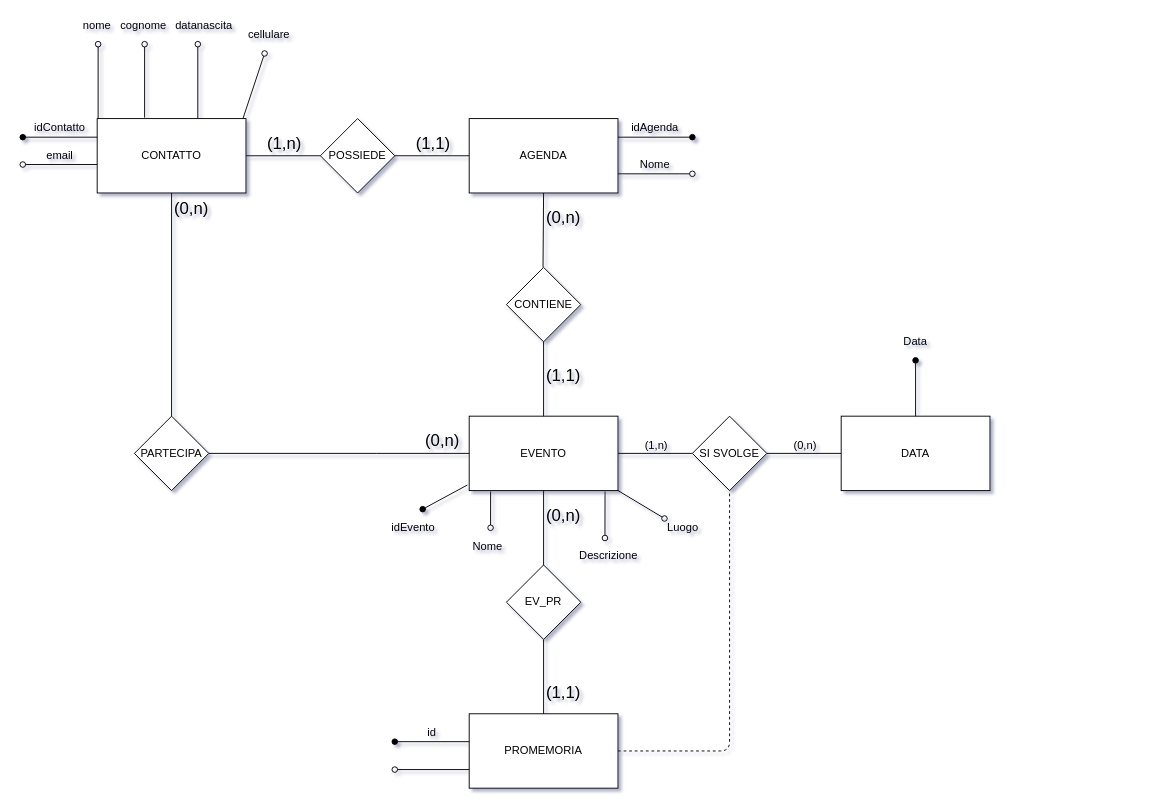
This is Copy of Untitled Diagram.drawio from codesimo/db, a draw.io file, before an edit. Source tidied: cells renumbered, new cells numbered last; positions are measured from the earlier drawing's top-left corner, leaving out a move shared by most shapes. Both pictures are drawn from the tidied source at 93%, with x=0, y=0 at pixel (22, 16).
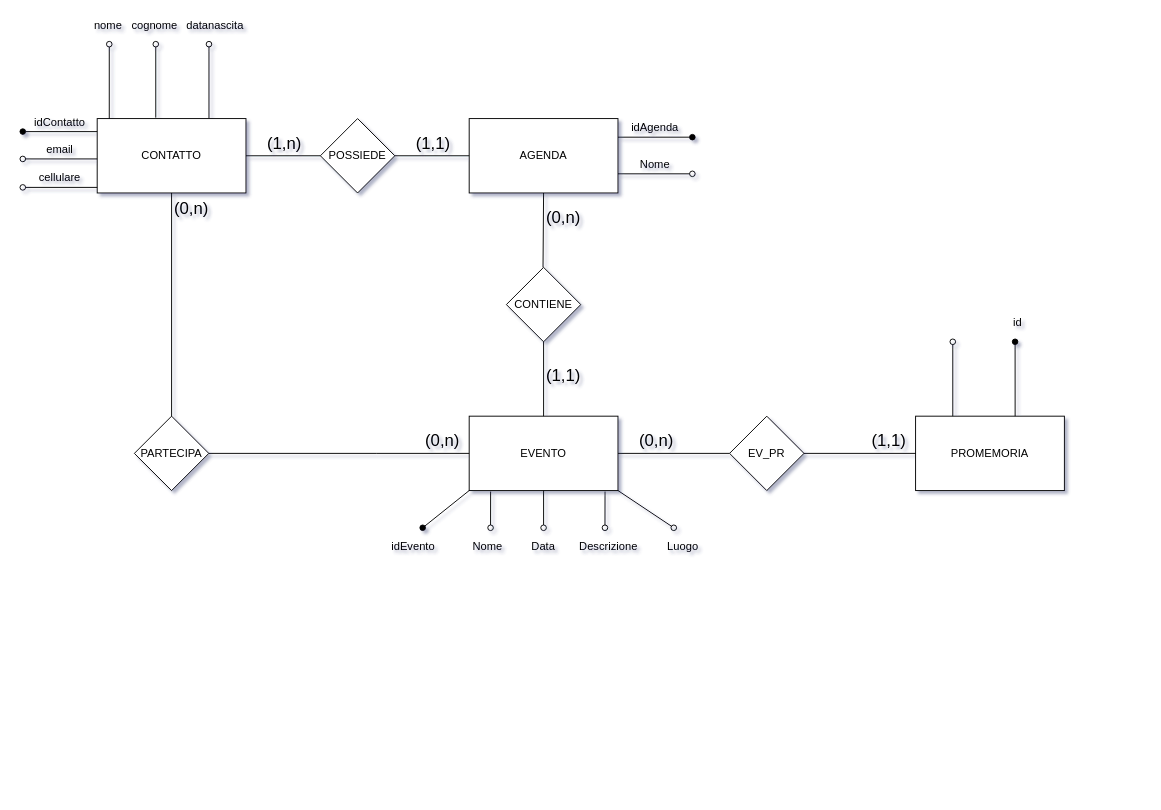
Above is the later version.

Unchanged cells that the change refers to:
```xml
<mxCell id="2" value="EVENTO" style="rounded=0;whiteSpace=wrap;html=1;" parent="1" vertex="1">
  <mxGeometry x="480" y="430" width="160" height="80" as="geometry" />
</mxCell>
<mxCell id="26" style="group;rotation=90;" parent="1" vertex="1">
  <mxGeometry x="100" y="70" width="80" height="20" as="geometry" />
</mxCell>
<mxCell id="73" style="group;" parent="1" vertex="1">
  <mxGeometry x="639" y="770" width="80" height="20" as="geometry" />
</mxCell>
```

The edit, as a diff of the source:
```diff
@@
     <mxCell id="20" style="group;" parent="1" vertex="1">
-      <mxGeometry y="140" width="80" height="20" as="geometry" />
+      <mxGeometry y="134" width="80" height="20" as="geometry" />
     </mxCell>
@@
     <mxCell id="23" style="group;" parent="1" vertex="1">
-      <mxGeometry y="110" width="80" height="20" as="geometry" />
+      <mxGeometry y="104" width="80" height="20" as="geometry" />
     </mxCell>
@@
     <mxCell id="27" style="endArrow=none;html=1;startArrow=oval;startFill=0;" parent="26" edge="1">
       <mxGeometry relative="1" as="geometry">
-        <mxPoint x="31" y="-40" as="sourcePoint" />
-        <mxPoint x="31" y="39" as="targetPoint" />
+        <mxPoint x="43" y="-40" as="sourcePoint" />
+        <mxPoint x="43" y="39" as="targetPoint" />
       </mxGeometry>
     </mxCell>
     <mxCell id="28" value="cognome" style="text;html=1;strokeColor=none;fillColor=none;align=center;verticalAlign=middle;whiteSpace=wrap;rounded=0;rotation=0;direction=east;flipH=0;" parent="1" vertex="1">
-      <mxGeometry x="110" width="40" height="20" as="geometry" />
+      <mxGeometry x="122" width="40" height="20" as="geometry" />
     </mxCell>
     <mxCell id="29" style="group;" parent="1" vertex="1">
-      <mxGeometry x="60" width="40" height="110" as="geometry" />
+      <mxGeometry x="72" width="40" height="110" as="geometry" />
     </mxCell>
@@
     <mxCell id="33" style="group;rotation=90;" parent="1" vertex="1">
-      <mxGeometry x="165" y="60" width="60" height="20" as="geometry" />
+      <mxGeometry x="177" y="60" width="60" height="20" as="geometry" />
     </mxCell>
@@
     <mxCell id="35" value="datanascita" style="text;html=1;strokeColor=none;fillColor=none;align=center;verticalAlign=middle;whiteSpace=wrap;rounded=0;rotation=0;direction=east;flipH=0;" parent="1" vertex="1">
-      <mxGeometry x="180" width="30" height="20" as="geometry" />
+      <mxGeometry x="192" width="30" height="20" as="geometry" />
     </mxCell>
-    <mxCell id="36" style="group;" parent="1" vertex="1">
-      <mxGeometry x="210" width="56.2" height="110" as="geometry" />
-    </mxCell>
-    <mxCell id="37" style="group;rotation=90;" parent="36" vertex="1">
-      <mxGeometry x="-11.2" y="63.8" width="67.5" height="20" as="geometry" />
-    </mxCell>
-    <mxCell id="38" style="endArrow=none;html=1;startArrow=oval;startFill=0;" parent="37" edge="1">
-      <mxGeometry relative="1" as="geometry">
-        <mxPoint x="61.2" y="-23.8" as="sourcePoint" />
-        <mxPoint x="38" y="46" as="targetPoint" />
-      </mxGeometry>
-    </mxCell>
-    <mxCell id="39" value="cellulare" style="text;html=1;strokeColor=none;fillColor=none;align=center;verticalAlign=middle;whiteSpace=wrap;rounded=0;rotation=0;direction=east;flipH=0;" parent="36" vertex="1">
-      <mxGeometry x="40" y="10" width="30" height="20" as="geometry" />
-    </mxCell>
@@
-    <mxCell id="43" style="endArrow=none;html=1;rounded=0;exitX=1;exitY=0.5;exitDx=0;exitDy=0;entryX=0;entryY=0.5;entryDx=0;entryDy=0;" parent="1" edge="1" source="2">
-      <mxGeometry relative="1" as="geometry">
-        <mxPoint x="720" y="470" as="targetPoint" />
-      </mxGeometry>
-    </mxCell>
-    <mxCell id="44" value="(1,n)" style="html=1;align=center;verticalAlign=bottom;" parent="43" vertex="1">
-      <mxGeometry x="-1" relative="1" as="geometry">
-        <mxPoint x="40" as="offset" />
-      </mxGeometry>
-    </mxCell>
-    <mxCell id="45" value="SI SVOLGE" style="rhombus;whiteSpace=wrap;html=1;" parent="1" vertex="1">
-      <mxGeometry x="720" y="430" width="80" height="80" as="geometry" />
-    </mxCell>
-    <mxCell id="46" style="endArrow=none;html=1;rounded=0;exitX=1;exitY=0.5;exitDx=0;exitDy=0;entryX=0;entryY=0.5;entryDx=0;entryDy=0;" parent="1" edge="1">
-      <mxGeometry relative="1" as="geometry">
-        <mxPoint x="800" y="470" as="sourcePoint" />
-        <mxPoint x="880" y="470" as="targetPoint" />
-      </mxGeometry>
-    </mxCell>
-    <mxCell id="47" value="(0,n)" style="html=1;align=center;verticalAlign=bottom;" parent="46" vertex="1">
-      <mxGeometry x="-1" relative="1" as="geometry">
-        <mxPoint x="40" as="offset" />
-      </mxGeometry>
-    </mxCell>
-    <mxCell id="48" value="DATA" style="rounded=0;whiteSpace=wrap;html=1;" parent="1" vertex="1">
-      <mxGeometry x="880" y="430" width="160" height="80" as="geometry" />
-    </mxCell>
@@
     <mxCell id="55" value="idEvento" style="text;html=1;strokeColor=none;fillColor=none;align=center;verticalAlign=middle;whiteSpace=wrap;rounded=0;" parent="1" vertex="1">
-      <mxGeometry x="400" y="540" width="40" height="20" as="geometry" />
+      <mxGeometry x="400" y="560" width="40" height="20" as="geometry" />
     </mxCell>
-    <mxCell id="56" style="endArrow=none;html=1;startArrow=oval;startFill=1;targetPortConstraint=east;entryX=-0.012;entryY=0.925;entryDx=0;entryDy=0;entryPerimeter=0;" parent="1" edge="1" target="2">
+    <mxCell id="56" style="endArrow=none;html=1;startArrow=oval;startFill=1;targetPortConstraint=east;entryX=0;entryY=1;entryDx=0;entryDy=0;" parent="1" edge="1" target="2">
       <mxGeometry relative="1" as="geometry">
-        <mxPoint x="430" y="530" as="sourcePoint" />
+        <mxPoint x="430" y="550" as="sourcePoint" />
       </mxGeometry>
     </mxCell>
     <mxCell id="57" value="Descrizione" style="text;html=1;strokeColor=none;fillColor=none;align=center;verticalAlign=middle;whiteSpace=wrap;rounded=0;" parent="1" vertex="1">
-      <mxGeometry x="610" y="570" width="40" height="20" as="geometry" />
+      <mxGeometry x="610" y="560" width="40" height="20" as="geometry" />
     </mxCell>
     <mxCell id="58" style="endArrow=none;html=1;startArrow=oval;startFill=0;entryX=0.913;entryY=1.013;entryDx=0;entryDy=0;entryPerimeter=0;" parent="1" edge="1" target="2">
       <mxGeometry relative="1" as="geometry">
-        <mxPoint x="626" y="561" as="sourcePoint" />
+        <mxPoint x="626" y="550" as="sourcePoint" />
       </mxGeometry>
     </mxCell>
     <mxCell id="59" value="Luogo" style="text;html=1;strokeColor=none;fillColor=none;align=center;verticalAlign=middle;whiteSpace=wrap;rounded=0;" parent="1" vertex="1">
-      <mxGeometry x="690" y="540" width="40" height="20" as="geometry" />
+      <mxGeometry x="690" y="560" width="40" height="20" as="geometry" />
     </mxCell>
     <mxCell id="60" style="endArrow=none;html=1;startArrow=oval;startFill=0;entryX=1;entryY=1;entryDx=0;entryDy=0;" parent="1" edge="1" target="2">
       <mxGeometry relative="1" as="geometry">
-        <mxPoint x="690" y="540" as="sourcePoint" />
+        <mxPoint x="700" y="550" as="sourcePoint" />
       </mxGeometry>
     </mxCell>
     <mxCell id="61" value="EV_PR" style="rhombus;whiteSpace=wrap;html=1;" parent="1" vertex="1">
-      <mxGeometry x="520" y="590" width="80" height="80" as="geometry" />
+      <mxGeometry x="760" y="430" width="80" height="80" as="geometry" />
     </mxCell>
-    <mxCell id="62" style="endArrow=none;html=1;entryX=0.5;entryY=0;entryDx=0;entryDy=0;exitX=0.5;exitY=1;exitDx=0;exitDy=0;" parent="1" edge="1" source="2" target="61">
+    <mxCell id="62" style="endArrow=none;html=1;entryX=0;entryY=0.5;entryDx=0;entryDy=0;exitX=1;exitY=0.5;exitDx=0;exitDy=0;" parent="1" edge="1" source="2" target="61">
       <mxGeometry relative="1" as="geometry" />
     </mxCell>
     <mxCell id="63" value="PROMEMORIA" style="rounded=0;whiteSpace=wrap;html=1;" parent="1" vertex="1">
-      <mxGeometry x="480" y="750" width="160" height="80" as="geometry" />
+      <mxGeometry x="960" y="430" width="160" height="80" as="geometry" />
     </mxCell>
-    <mxCell id="64" style="endArrow=none;html=1;exitX=0.5;exitY=1;exitDx=0;exitDy=0;entryX=0.5;entryY=0;entryDx=0;entryDy=0;" parent="1" edge="1" source="61" target="63">
+    <mxCell id="64" style="endArrow=none;html=1;exitX=1;exitY=0.5;exitDx=0;exitDy=0;entryX=0;entryY=0.5;entryDx=0;entryDy=0;" parent="1" edge="1" source="61" target="63">
       <mxGeometry relative="1" as="geometry" />
     </mxCell>
     <mxCell id="65" value="(1,1)" style="html=1;align=center;verticalAlign=bottom;fontSize=18;" parent="1" vertex="1">
-      <mxGeometry x="560" y="690" as="geometry">
+      <mxGeometry x="910" y="420" as="geometry">
         <mxPoint x="20" y="50" as="offset" />
       </mxGeometry>
     </mxCell>
     <mxCell id="66" value="(0,n)" style="html=1;align=center;verticalAlign=bottom;fontSize=18;" parent="1" vertex="1">
-      <mxGeometry x="560" y="510" as="geometry">
+      <mxGeometry x="660" y="430" as="geometry">
         <mxPoint x="20" y="40" as="offset" />
       </mxGeometry>
     </mxCell>
@@
-    <mxCell id="68" style="endArrow=none;html=1;startArrow=oval;startFill=1;targetPortConstraint=east;" parent="1" edge="1" target="48">
+    <mxCell id="68" style="endArrow=none;html=1;startArrow=oval;startFill=0;targetPortConstraint=east;entryX=0.5;entryY=1;entryDx=0;entryDy=0;" parent="1" edge="1" target="2">
       <mxGeometry relative="1" as="geometry">
-        <mxPoint x="960" y="370" as="sourcePoint" />
+        <mxPoint x="560" y="550" as="sourcePoint" />
       </mxGeometry>
     </mxCell>
     <mxCell id="69" value="Data" style="text;html=1;strokeColor=none;fillColor=none;align=center;verticalAlign=middle;whiteSpace=wrap;rounded=0;" parent="1" vertex="1">
-      <mxGeometry x="940" y="340" width="40" height="20" as="geometry" />
+      <mxGeometry x="540" y="560" width="40" height="20" as="geometry" />
     </mxCell>
     <mxCell id="70" style="group;" parent="1" vertex="1">
-      <mxGeometry x="400" y="760" width="80" height="20" as="geometry" />
+      <mxGeometry x="1120" y="360" width="80" height="20" as="geometry" />
     </mxCell>
-    <mxCell id="71" value="id" style="text;html=1;strokeColor=none;fillColor=none;align=center;verticalAlign=middle;whiteSpace=wrap;rounded=0;" parent="70" vertex="1">
-      <mxGeometry x="20" width="40" height="20" as="geometry" />
-    </mxCell>
-    <mxCell id="72" style="endArrow=none;html=1;startArrow=oval;startFill=1;targetPortConstraint=east;" parent="70" edge="1">
+    <mxCell id="72" style="endArrow=none;html=1;startArrow=oval;startFill=1;targetPortConstraint=east;entryX=0.669;entryY=0;entryDx=0;entryDy=0;entryPerimeter=0;" parent="70" edge="1" target="63">
       <mxGeometry relative="1" as="geometry">
-        <mxPoint y="20" as="sourcePoint" />
-        <mxPoint x="80" y="20" as="targetPoint" />
+        <mxPoint x="-53" y="-10" as="sourcePoint" />
       </mxGeometry>
     </mxCell>
@@
-    <mxCell id="74" style="endArrow=none;html=1;startArrow=oval;startFill=0;entryX=0;entryY=0.75;entryDx=0;entryDy=0;" parent="73" edge="1" target="63">
+    <mxCell id="74" style="endArrow=none;html=1;startArrow=oval;startFill=0;entryX=0.25;entryY=0;entryDx=0;entryDy=0;" parent="73" edge="1" target="63">
       <mxGeometry relative="1" as="geometry">
-        <mxPoint x="-239" y="40" as="sourcePoint" />
+        <mxPoint x="361" y="-420" as="sourcePoint" />
       </mxGeometry>
     </mxCell>
-    <mxCell id="75" style="endArrow=none;dashed=1;html=1;entryX=0.5;entryY=1;entryDx=0;entryDy=0;exitX=1;exitY=0.5;exitDx=0;exitDy=0;" parent="1" edge="1" source="63" target="45">
-      <mxGeometry relative="1" as="geometry">
-        <Array as="points">
-          <mxPoint x="760" y="790" />
-        </Array>
-      </mxGeometry>
-    </mxCell>
+    <mxCell id="71" value="id" style="text;html=1;strokeColor=none;fillColor=none;align=center;verticalAlign=middle;whiteSpace=wrap;rounded=0;" parent="1" vertex="1">
+      <mxGeometry x="1050" y="320" width="40" height="20" as="geometry" />
+    </mxCell>
+    <mxCell id="39" value="cellulare" style="text;html=1;strokeColor=none;fillColor=none;align=center;verticalAlign=middle;whiteSpace=wrap;rounded=0;rotation=0;direction=east;flipH=0;" parent="1" vertex="1">
+      <mxGeometry x="25" y="164" width="30" height="20" as="geometry" />
+    </mxCell>
+    <mxCell id="76" style="group;rotation=90;" parent="1" vertex="1">
+      <mxGeometry x="-7.5" y="250" width="67.5" height="20" as="geometry" />
+    </mxCell>
+    <mxCell id="77" style="endArrow=none;html=1;startArrow=oval;startFill=0;entryX=0;entryY=1;entryDx=0;entryDy=0;" parent="76" edge="1">
+      <mxGeometry relative="1" as="geometry">
+        <mxPoint x="7.5" y="-66" as="sourcePoint" />
+        <mxPoint x="87.5" y="-66" as="targetPoint" />
+      </mxGeometry>
+    </mxCell>
```
